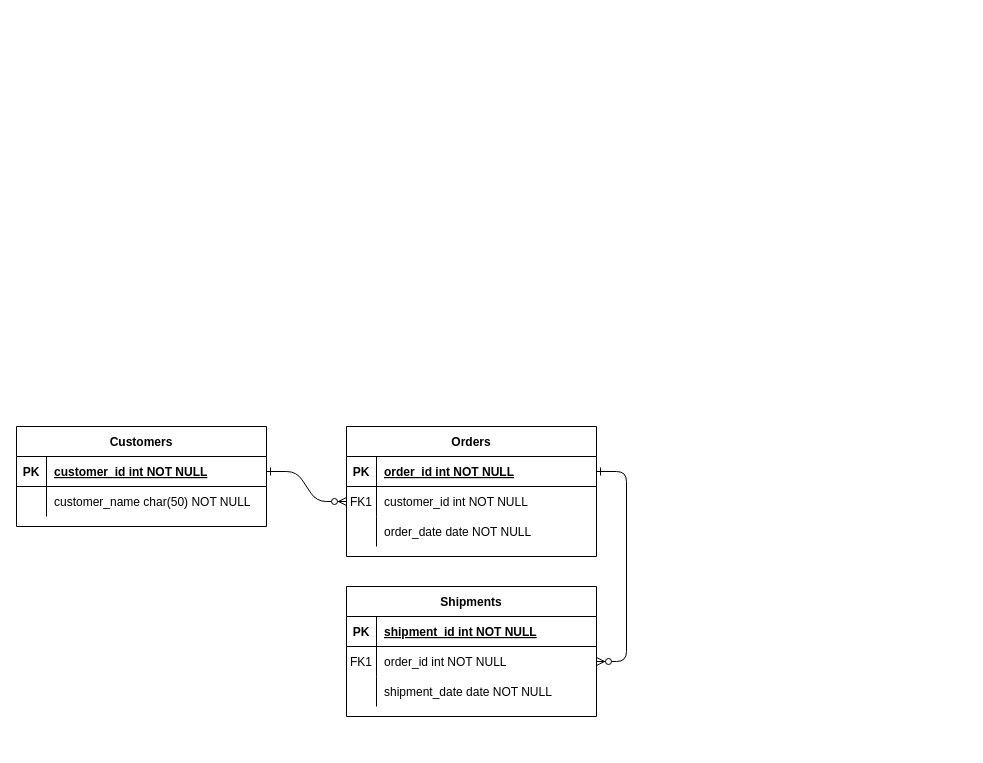
The draw.io diagram Untitled Diagram.drawio in Shubham7997/git_demo, before the edit. Source tidied: cells renumbered, new cells numbered last; positions are measured from the earlier drawing's top-left corner, leaving out a move shared by most shapes. Both pictures are drawn from the tidied source at 100%, with x=0, y=0 at pixel (16, 426).
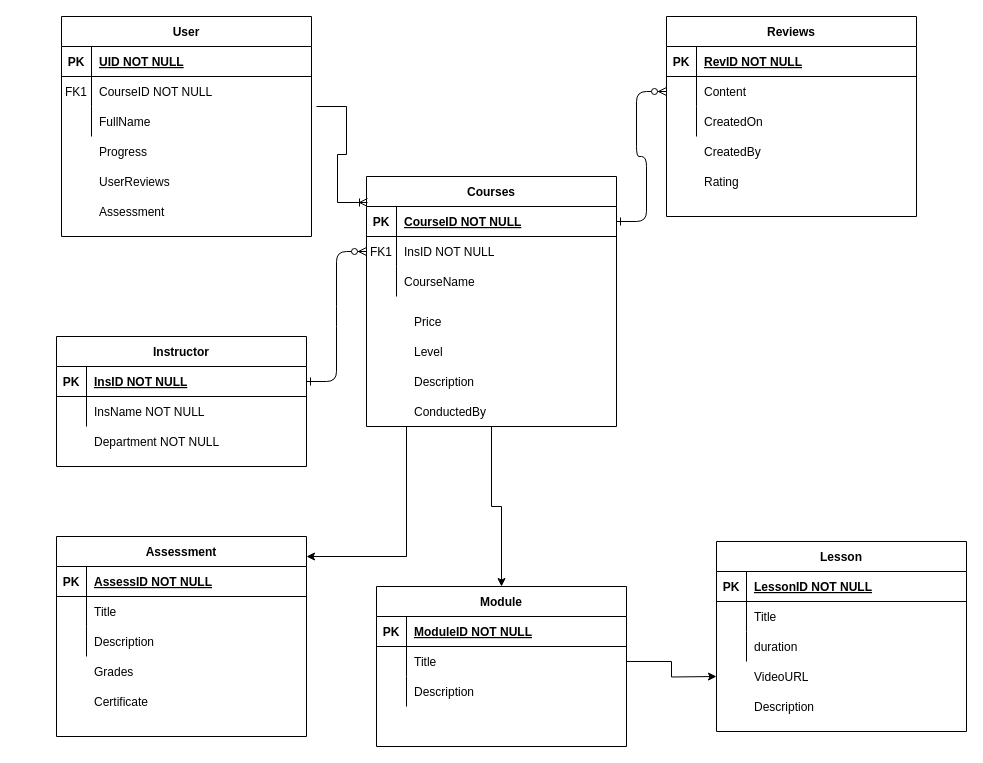
The same diagram, later.

Commit message:
ER Diagram LMS

The change refers to these unchanged cells:
```xml
<mxCell id="5" style="shape=partialRectangle;fillColor=none;points=[[0,0.5],[1,0.5]];portConstraint=eastwest;top=0;left=0;right=0;bottom=1;" parent="4" vertex="1">
  <mxGeometry y="30" width="250" height="30" as="geometry" />
</mxCell>
<mxCell id="8" style="shape=partialRectangle;fillColor=none;points=[[0,0.5],[1,0.5]];portConstraint=eastwest;top=0;left=0;right=0;bottom=0;" parent="4" vertex="1">
  <mxGeometry y="60" width="250" height="30" as="geometry" />
</mxCell>
<mxCell id="11" style="shape=partialRectangle;fillColor=none;top=0;left=0;right=0;bottom=0;" parent="4" vertex="1">
  <mxGeometry y="90" width="250" height="30" as="geometry" />
</mxCell>
<mxCell id="15" style="shape=partialRectangle;fillColor=none;top=0;left=0;right=0;bottom=1;" parent="14" vertex="1">
  <mxGeometry y="30" width="250" height="30" as="geometry" />
</mxCell>
<mxCell id="18" style="shape=partialRectangle;fillColor=none;points=[[0,0.5],[1,0.5]];portConstraint=eastwest;top=0;left=0;right=0;bottom=0;" parent="14" vertex="1">
  <mxGeometry y="60" width="250" height="30" as="geometry" />
</mxCell>
<mxCell id="21" style="shape=partialRectangle;fillColor=none;top=0;left=0;right=0;bottom=0;" parent="14" vertex="1">
  <mxGeometry y="90" width="250" height="30" as="geometry" />
</mxCell>
<mxCell id="25" style="shape=partialRectangle;fillColor=none;points=[[0,0.5],[1,0.5]];portConstraint=eastwest;top=0;left=0;right=0;bottom=1;" parent="24" vertex="1">
  <mxGeometry y="30" width="250" height="30" as="geometry" />
</mxCell>
<mxCell id="28" style="shape=partialRectangle;fillColor=none;top=0;left=0;right=0;bottom=0;" parent="24" vertex="1">
  <mxGeometry y="60" width="250" height="30" as="geometry" />
</mxCell>
```

The edit, as a diff of the source:
```diff
@@
+    <mxCell id="31" style="edgeStyle=orthogonalEdgeStyle;rounded=0;jettySize=auto;html=1;" parent="1" edge="1" source="4" target="78">
+      <mxGeometry relative="1" as="geometry">
+        <Array as="points">
+          <mxPoint x="390" y="130" />
+        </Array>
+      </mxGeometry>
+    </mxCell>
+    <mxCell id="32" style="edgeStyle=orthogonalEdgeStyle;rounded=0;jettySize=auto;html=1;" parent="1" edge="1" source="4" target="40">
+      <mxGeometry relative="1" as="geometry" />
+    </mxCell>
-    <mxCell id="4" value="Orders" style="shape=table;startSize=30;childLayout=tableLayout;rowLines=0;fontStyle=1;align=center;" parent="1" vertex="1">
-      <mxGeometry x="330" width="250" height="130" as="geometry" />
+    <mxCell id="4" value="Courses" style="shape=table;startSize=30;childLayout=tableLayout;rowLines=0;fontStyle=1;align=center;" parent="1" vertex="1">
+      <mxGeometry x="350" y="-250" width="250" height="250" as="geometry" />
     </mxCell>
@@
-    <mxCell id="7" value="order_id int NOT NULL " style="shape=partialRectangle;overflow=hidden;fillColor=none;top=0;left=0;bottom=0;right=0;align=left;spacingLeft=6;fontStyle=5;" parent="5" vertex="1">
+    <mxCell id="7" value="CourseID NOT NULL " style="shape=partialRectangle;overflow=hidden;fillColor=none;top=0;left=0;bottom=0;right=0;align=left;spacingLeft=6;fontStyle=5;" parent="5" vertex="1">
       <mxGeometry x="30" width="220" height="30" as="geometry" />
     </mxCell>
@@
-    <mxCell id="10" value="customer_id int NOT NULL" style="shape=partialRectangle;overflow=hidden;fillColor=none;top=0;left=0;bottom=0;right=0;align=left;spacingLeft=6;" parent="8" vertex="1">
+    <mxCell id="10" value="InsID NOT NULL" style="shape=partialRectangle;overflow=hidden;fillColor=none;top=0;left=0;bottom=0;right=0;align=left;spacingLeft=6;" parent="8" vertex="1">
       <mxGeometry x="30" width="220" height="30" as="geometry" />
     </mxCell>
@@
-    <mxCell id="13" value="order_date date NOT NULL" style="shape=partialRectangle;overflow=hidden;fillColor=none;top=0;left=0;bottom=0;right=0;align=left;spacingLeft=6;" parent="11" vertex="1">
+    <mxCell id="13" value="CourseName" style="shape=partialRectangle;overflow=hidden;fillColor=none;top=0;left=0;bottom=0;right=0;align=left;spacingLeft=6;" parent="11" vertex="1">
       <mxGeometry x="30" width="220" height="30" as="geometry" />
     </mxCell>
-    <mxCell id="14" value="Shipments" style="shape=table;startSize=30;childLayout=tableLayout;rowLines=0;fontStyle=1;align=center;" parent="1" vertex="1">
-      <mxGeometry x="330" y="160" width="250" height="130" as="geometry" />
+    <mxCell id="14" value="Reviews" style="shape=table;startSize=30;childLayout=tableLayout;rowLines=0;fontStyle=1;align=center;" parent="1" vertex="1">
+      <mxGeometry x="650" y="-410" width="250" height="200" as="geometry" />
     </mxCell>
@@
-    <mxCell id="17" value="shipment_id int NOT NULL " style="shape=partialRectangle;overflow=hidden;fillColor=none;top=0;left=0;bottom=0;right=0;align=left;spacingLeft=6;fontStyle=5;" parent="15" vertex="1">
+    <mxCell id="17" value="RevID NOT NULL " style="shape=partialRectangle;overflow=hidden;fillColor=none;top=0;left=0;bottom=0;right=0;align=left;spacingLeft=6;fontStyle=5;" parent="15" vertex="1">
       <mxGeometry x="30" width="220" height="30" as="geometry" />
     </mxCell>
@@
-    <mxCell id="19" value="FK1" style="shape=partialRectangle;overflow=hidden;fillColor=none;top=0;left=0;bottom=0;right=0;" parent="18" vertex="1">
+    <mxCell id="19" style="shape=partialRectangle;overflow=hidden;fillColor=none;top=0;left=0;bottom=0;right=0;" parent="18" vertex="1">
       <mxGeometry width="30" height="30" as="geometry" />
     </mxCell>
-    <mxCell id="20" value="order_id int NOT NULL" style="shape=partialRectangle;overflow=hidden;fillColor=none;top=0;left=0;bottom=0;right=0;align=left;spacingLeft=6;" parent="18" vertex="1">
+    <mxCell id="20" value="Content" style="shape=partialRectangle;overflow=hidden;fillColor=none;top=0;left=0;bottom=0;right=0;align=left;spacingLeft=6;" parent="18" vertex="1">
       <mxGeometry x="30" width="220" height="30" as="geometry" />
     </mxCell>
@@
-    <mxCell id="23" value="shipment_date date NOT NULL" style="shape=partialRectangle;overflow=hidden;fillColor=none;top=0;left=0;bottom=0;right=0;align=left;spacingLeft=6;" parent="21" vertex="1">
+    <mxCell id="23" value="CreatedOn" style="shape=partialRectangle;overflow=hidden;fillColor=none;top=0;left=0;bottom=0;right=0;align=left;spacingLeft=6;" parent="21" vertex="1">
       <mxGeometry x="30" width="220" height="30" as="geometry" />
     </mxCell>
-    <mxCell id="24" value="Customers" style="shape=table;startSize=30;childLayout=tableLayout;rowLines=0;fontStyle=1;align=center;" parent="1" vertex="1">
-      <mxGeometry width="250" height="100" as="geometry" />
+    <mxCell id="24" value="Instructor" style="shape=table;startSize=30;childLayout=tableLayout;rowLines=0;fontStyle=1;align=center;" parent="1" vertex="1">
+      <mxGeometry x="40" y="-90" width="250" height="130" as="geometry" />
     </mxCell>
@@
-    <mxCell id="27" value="customer_id int NOT NULL " style="shape=partialRectangle;overflow=hidden;fillColor=none;top=0;left=0;bottom=0;right=0;align=left;spacingLeft=6;fontStyle=5;" parent="25" vertex="1">
+    <mxCell id="27" value="InsID NOT NULL" style="shape=partialRectangle;overflow=hidden;fillColor=none;top=0;left=0;bottom=0;right=0;align=left;spacingLeft=6;fontStyle=5;" parent="25" vertex="1">
       <mxGeometry x="30" width="220" height="30" as="geometry" />
     </mxCell>
@@
-    <mxCell id="30" value="customer_name char(50) NOT NULL" style="shape=partialRectangle;overflow=hidden;fillColor=none;top=0;left=0;bottom=0;right=0;align=left;spacingLeft=6;" parent="28" vertex="1">
+    <mxCell id="30" value="InsName NOT NULL" style="shape=partialRectangle;overflow=hidden;fillColor=none;top=0;left=0;bottom=0;right=0;align=left;spacingLeft=6;" parent="28" vertex="1">
       <mxGeometry x="30" width="220" height="30" as="geometry" />
     </mxCell>
+    <mxCell id="33" value="Department NOT NULL" style="shape=partialRectangle;overflow=hidden;fillColor=none;top=0;left=0;bottom=0;right=0;align=left;spacingLeft=6;" parent="1" vertex="1">
+      <mxGeometry x="70" width="220" height="30" as="geometry" />
+    </mxCell>
+    <mxCell id="34" value="Price" style="shape=partialRectangle;overflow=hidden;fillColor=none;top=0;left=0;bottom=0;right=0;align=left;spacingLeft=6;" parent="1" vertex="1">
+      <mxGeometry x="390" y="-120" width="220" height="30" as="geometry" />
+    </mxCell>
+    <mxCell id="35" value="Level" style="shape=partialRectangle;overflow=hidden;fillColor=none;top=0;left=0;bottom=0;right=0;align=left;spacingLeft=6;" parent="1" vertex="1">
+      <mxGeometry x="390" y="-90" width="220" height="30" as="geometry" />
+    </mxCell>
+    <mxCell id="36" value="Description" style="shape=partialRectangle;overflow=hidden;fillColor=none;top=0;left=0;bottom=0;right=0;align=left;spacingLeft=6;" parent="1" vertex="1">
+      <mxGeometry x="390" y="-60" width="220" height="30" as="geometry" />
+    </mxCell>
+    <mxCell id="37" value="ConductedBy" style="shape=partialRectangle;overflow=hidden;fillColor=none;top=0;left=0;bottom=0;right=0;align=left;spacingLeft=6;" parent="1" vertex="1">
+      <mxGeometry x="390" y="-30" width="220" height="30" as="geometry" />
+    </mxCell>
+    <mxCell id="38" value="CreatedBy" style="shape=partialRectangle;overflow=hidden;fillColor=none;top=0;left=0;bottom=0;right=0;align=left;spacingLeft=6;" parent="1" vertex="1">
+      <mxGeometry x="680" y="-290" width="220" height="30" as="geometry" />
+    </mxCell>
+    <mxCell id="39" value="Rating" style="shape=partialRectangle;overflow=hidden;fillColor=none;top=0;left=0;bottom=0;right=0;align=left;spacingLeft=6;" parent="1" vertex="1">
+      <mxGeometry x="680" y="-260" width="220" height="30" as="geometry" />
+    </mxCell>
+    <mxCell id="40" value="Module" style="shape=table;startSize=30;childLayout=tableLayout;rowLines=0;fontStyle=1;align=center;" parent="1" vertex="1">
+      <mxGeometry x="360" y="160" width="250" height="160" as="geometry" />
+    </mxCell>
+    <mxCell id="41" style="shape=partialRectangle;fillColor=none;top=0;left=0;right=0;bottom=1;" parent="40" vertex="1">
+      <mxGeometry y="30" width="250" height="30" as="geometry" />
+    </mxCell>
+    <mxCell id="42" value="PK" style="shape=partialRectangle;overflow=hidden;fillColor=none;top=0;left=0;bottom=0;right=0;fontStyle=1;" parent="41" vertex="1">
+      <mxGeometry width="30" height="30" as="geometry" />
+    </mxCell>
+    <mxCell id="43" value="ModuleID NOT NULL" style="shape=partialRectangle;overflow=hidden;fillColor=none;top=0;left=0;bottom=0;right=0;align=left;spacingLeft=6;fontStyle=5;" parent="41" vertex="1">
+      <mxGeometry x="30" width="220" height="30" as="geometry" />
+    </mxCell>
+    <mxCell id="44" style="shape=partialRectangle;fillColor=none;points=[[0,0.5],[1,0.5]];portConstraint=eastwest;top=0;left=0;right=0;bottom=0;" parent="40" vertex="1">
+      <mxGeometry y="60" width="250" height="30" as="geometry" />
+    </mxCell>
+    <mxCell id="45" style="shape=partialRectangle;overflow=hidden;fillColor=none;top=0;left=0;bottom=0;right=0;" parent="44" vertex="1">
+      <mxGeometry width="30" height="30" as="geometry" />
+    </mxCell>
+    <mxCell id="46" value="Title" style="shape=partialRectangle;overflow=hidden;fillColor=none;top=0;left=0;bottom=0;right=0;align=left;spacingLeft=6;" parent="44" vertex="1">
+      <mxGeometry x="30" width="220" height="30" as="geometry" />
+    </mxCell>
+    <mxCell id="47" style="shape=partialRectangle;fillColor=none;top=0;left=0;right=0;bottom=0;" parent="40" vertex="1">
+      <mxGeometry y="90" width="250" height="30" as="geometry" />
+    </mxCell>
+    <mxCell id="48" style="shape=partialRectangle;overflow=hidden;fillColor=none;top=0;left=0;bottom=0;right=0;" parent="47" vertex="1">
+      <mxGeometry width="30" height="30" as="geometry" />
+    </mxCell>
+    <mxCell id="49" value="Description" style="shape=partialRectangle;overflow=hidden;fillColor=none;top=0;left=0;bottom=0;right=0;align=left;spacingLeft=6;" parent="47" vertex="1">
+      <mxGeometry x="30" width="220" height="30" as="geometry" />
+    </mxCell>
+    <mxCell id="50" value="Lesson" style="shape=table;startSize=30;childLayout=tableLayout;rowLines=0;fontStyle=1;align=center;" parent="1" vertex="1">
+      <mxGeometry x="700" y="115" width="250" height="190" as="geometry" />
+    </mxCell>
+    <mxCell id="51" style="shape=partialRectangle;fillColor=none;top=0;left=0;right=0;bottom=1;" parent="50" vertex="1">
+      <mxGeometry y="30" width="250" height="30" as="geometry" />
+    </mxCell>
+    <mxCell id="52" value="PK" style="shape=partialRectangle;overflow=hidden;fillColor=none;top=0;left=0;bottom=0;right=0;fontStyle=1;" parent="51" vertex="1">
+      <mxGeometry width="30" height="30" as="geometry" />
+    </mxCell>
+    <mxCell id="53" value="LessonID NOT NULL" style="shape=partialRectangle;overflow=hidden;fillColor=none;top=0;left=0;bottom=0;right=0;align=left;spacingLeft=6;fontStyle=5;" parent="51" vertex="1">
+      <mxGeometry x="30" width="220" height="30" as="geometry" />
+    </mxCell>
+    <mxCell id="54" style="shape=partialRectangle;fillColor=none;top=0;left=0;right=0;bottom=0;" parent="50" vertex="1">
+      <mxGeometry y="60" width="250" height="30" as="geometry" />
+    </mxCell>
+    <mxCell id="55" style="shape=partialRectangle;overflow=hidden;fillColor=none;top=0;left=0;bottom=0;right=0;" parent="54" vertex="1">
+      <mxGeometry width="30" height="30" as="geometry" />
+    </mxCell>
+    <mxCell id="56" value="Title" style="shape=partialRectangle;overflow=hidden;fillColor=none;top=0;left=0;bottom=0;right=0;align=left;spacingLeft=6;" parent="54" vertex="1">
+      <mxGeometry x="30" width="220" height="30" as="geometry" />
+    </mxCell>
+    <mxCell id="57" style="shape=partialRectangle;fillColor=none;top=0;left=0;right=0;bottom=0;" parent="50" vertex="1">
+      <mxGeometry y="90" width="250" height="30" as="geometry" />
+    </mxCell>
+    <mxCell id="58" style="shape=partialRectangle;overflow=hidden;fillColor=none;top=0;left=0;bottom=0;right=0;" parent="57" vertex="1">
+      <mxGeometry width="30" height="30" as="geometry" />
+    </mxCell>
+    <mxCell id="59" value="duration" style="shape=partialRectangle;overflow=hidden;fillColor=none;top=0;left=0;bottom=0;right=0;align=left;spacingLeft=6;" parent="57" vertex="1">
+      <mxGeometry x="30" width="220" height="30" as="geometry" />
+    </mxCell>
+    <mxCell id="60" style="edgeStyle=orthogonalEdgeStyle;rounded=0;jettySize=auto;html=1;" parent="1" edge="1" source="44">
+      <mxGeometry relative="1" as="geometry">
+        <mxPoint x="700" y="250" as="targetPoint" />
+      </mxGeometry>
+    </mxCell>
+    <mxCell id="61" value="VideoURL" style="shape=partialRectangle;overflow=hidden;fillColor=none;top=0;left=0;bottom=0;right=0;align=left;spacingLeft=6;" parent="1" vertex="1">
+      <mxGeometry x="730" y="235" width="220" height="30" as="geometry" />
+    </mxCell>
+    <mxCell id="62" value="Description" style="shape=partialRectangle;overflow=hidden;fillColor=none;top=0;left=0;bottom=0;right=0;align=left;spacingLeft=6;" parent="1" vertex="1">
+      <mxGeometry x="730" y="265" width="220" height="30" as="geometry" />
+    </mxCell>
+    <mxCell id="63" value="User" style="shape=table;startSize=30;childLayout=tableLayout;rowLines=0;fontStyle=1;align=center;" parent="1" vertex="1">
+      <mxGeometry x="45" y="-410" width="250" height="220" as="geometry" />
+    </mxCell>
+    <mxCell id="64" style="shape=partialRectangle;fillColor=none;top=0;left=0;right=0;bottom=1;" parent="63" vertex="1">
+      <mxGeometry y="30" width="250" height="30" as="geometry" />
+    </mxCell>
+    <mxCell id="65" value="PK" style="shape=partialRectangle;overflow=hidden;fillColor=none;top=0;left=0;bottom=0;right=0;fontStyle=1;" parent="64" vertex="1">
+      <mxGeometry width="30" height="30" as="geometry" />
+    </mxCell>
+    <mxCell id="66" value="UID NOT NULL " style="shape=partialRectangle;overflow=hidden;fillColor=none;top=0;left=0;bottom=0;right=0;align=left;spacingLeft=6;fontStyle=5;" parent="64" vertex="1">
+      <mxGeometry x="30" width="220" height="30" as="geometry" />
+    </mxCell>
+    <mxCell id="67" style="shape=partialRectangle;fillColor=none;top=0;left=0;right=0;bottom=0;" parent="63" vertex="1">
+      <mxGeometry y="60" width="250" height="30" as="geometry" />
+    </mxCell>
+    <mxCell id="68" style="shape=partialRectangle;overflow=hidden;fillColor=none;top=0;left=0;bottom=0;right=0;" parent="67" vertex="1">
+      <mxGeometry width="30" height="30" as="geometry" />
+    </mxCell>
+    <mxCell id="69" value="CourseID NOT NULL" style="shape=partialRectangle;overflow=hidden;fillColor=none;top=0;left=0;bottom=0;right=0;align=left;spacingLeft=6;" parent="67" vertex="1">
+      <mxGeometry x="30" width="220" height="30" as="geometry" />
+    </mxCell>
+    <mxCell id="70" style="shape=partialRectangle;fillColor=none;top=0;left=0;right=0;bottom=0;" parent="63" vertex="1">
+      <mxGeometry y="90" width="250" height="30" as="geometry" />
+    </mxCell>
+    <mxCell id="71" style="shape=partialRectangle;overflow=hidden;fillColor=none;top=0;left=0;bottom=0;right=0;" parent="70" vertex="1">
+      <mxGeometry width="30" height="30" as="geometry" />
+    </mxCell>
+    <mxCell id="72" style="shape=partialRectangle;overflow=hidden;fillColor=none;top=0;left=0;bottom=0;right=0;align=left;spacingLeft=6;" parent="70" vertex="1">
+      <mxGeometry x="30" width="220" height="30" as="geometry" />
+    </mxCell>
+    <mxCell id="73" value="FK1" style="shape=partialRectangle;overflow=hidden;fillColor=none;top=0;left=0;bottom=0;right=0;" parent="1" vertex="1">
+      <mxGeometry x="45" y="-350" width="30" height="30" as="geometry" />
+    </mxCell>
+    <mxCell id="74" value="FullName" style="shape=partialRectangle;overflow=hidden;fillColor=none;top=0;left=0;bottom=0;right=0;align=left;spacingLeft=6;" parent="1" vertex="1">
+      <mxGeometry x="75" y="-320" width="220" height="30" as="geometry" />
+    </mxCell>
+    <mxCell id="75" value="Progress" style="shape=partialRectangle;overflow=hidden;fillColor=none;top=0;left=0;bottom=0;right=0;align=left;spacingLeft=6;" parent="1" vertex="1">
+      <mxGeometry x="75" y="-290" width="220" height="30" as="geometry" />
+    </mxCell>
+    <mxCell id="76" value="UserReviews" style="shape=partialRectangle;overflow=hidden;fillColor=none;top=0;left=0;bottom=0;right=0;align=left;spacingLeft=6;" parent="1" vertex="1">
+      <mxGeometry x="75" y="-260" width="220" height="30" as="geometry" />
+    </mxCell>
+    <mxCell id="77" value="Assessment" style="shape=partialRectangle;overflow=hidden;fillColor=none;top=0;left=0;bottom=0;right=0;align=left;spacingLeft=6;" parent="1" vertex="1">
+      <mxGeometry x="75" y="-230" width="220" height="30" as="geometry" />
+    </mxCell>
+    <mxCell id="78" value="Assessment" style="shape=table;startSize=30;childLayout=tableLayout;rowLines=0;fontStyle=1;align=center;" parent="1" vertex="1">
+      <mxGeometry x="40" y="110" width="250" height="200" as="geometry" />
+    </mxCell>
+    <mxCell id="79" style="shape=partialRectangle;fillColor=none;top=0;left=0;right=0;bottom=1;" parent="78" vertex="1">
+      <mxGeometry y="30" width="250" height="30" as="geometry" />
+    </mxCell>
+    <mxCell id="80" value="PK" style="shape=partialRectangle;overflow=hidden;fillColor=none;top=0;left=0;bottom=0;right=0;fontStyle=1;" parent="79" vertex="1">
+      <mxGeometry width="30" height="30" as="geometry" />
+    </mxCell>
+    <mxCell id="81" value="AssessID NOT NULL" style="shape=partialRectangle;overflow=hidden;fillColor=none;top=0;left=0;bottom=0;right=0;align=left;spacingLeft=6;fontStyle=5;" parent="79" vertex="1">
+      <mxGeometry x="30" width="220" height="30" as="geometry" />
+    </mxCell>
+    <mxCell id="82" style="shape=partialRectangle;fillColor=none;top=0;left=0;right=0;bottom=0;" parent="78" vertex="1">
+      <mxGeometry y="60" width="250" height="30" as="geometry" />
+    </mxCell>
+    <mxCell id="83" style="shape=partialRectangle;overflow=hidden;fillColor=none;top=0;left=0;bottom=0;right=0;" parent="82" vertex="1">
+      <mxGeometry width="30" height="30" as="geometry" />
+    </mxCell>
+    <mxCell id="84" value="Title" style="shape=partialRectangle;overflow=hidden;fillColor=none;top=0;left=0;bottom=0;right=0;align=left;spacingLeft=6;" parent="82" vertex="1">
+      <mxGeometry x="30" width="220" height="30" as="geometry" />
+    </mxCell>
+    <mxCell id="85" style="shape=partialRectangle;fillColor=none;top=0;left=0;right=0;bottom=0;" parent="78" vertex="1">
+      <mxGeometry y="90" width="250" height="30" as="geometry" />
+    </mxCell>
+    <mxCell id="86" style="shape=partialRectangle;overflow=hidden;fillColor=none;top=0;left=0;bottom=0;right=0;" parent="85" vertex="1">
+      <mxGeometry width="30" height="30" as="geometry" />
+    </mxCell>
+    <mxCell id="87" value="Description" style="shape=partialRectangle;overflow=hidden;fillColor=none;top=0;left=0;bottom=0;right=0;align=left;spacingLeft=6;" parent="85" vertex="1">
+      <mxGeometry x="30" width="220" height="30" as="geometry" />
+    </mxCell>
+    <mxCell id="88" value="Grades" style="shape=partialRectangle;overflow=hidden;fillColor=none;top=0;left=0;bottom=0;right=0;align=left;spacingLeft=6;" parent="1" vertex="1">
+      <mxGeometry x="70" y="230" width="220" height="30" as="geometry" />
+    </mxCell>
+    <mxCell id="89" value="Certificate" style="shape=partialRectangle;overflow=hidden;fillColor=none;top=0;left=0;bottom=0;right=0;align=left;spacingLeft=6;" parent="1" vertex="1">
+      <mxGeometry x="70" y="260" width="220" height="30" as="geometry" />
+    </mxCell>
+    <mxCell id="90" style="edgeStyle=entityRelationEdgeStyle;fontSize=12;html=1;endArrow=ERoneToMany;rounded=0;entryX=0.004;entryY=-0.133;entryDx=0;entryDy=0;entryPerimeter=0;" parent="1" edge="1" target="5">
+      <mxGeometry relative="1" as="geometry">
+        <mxPoint x="300" y="-320" as="sourcePoint" />
+      </mxGeometry>
+    </mxCell>
```
